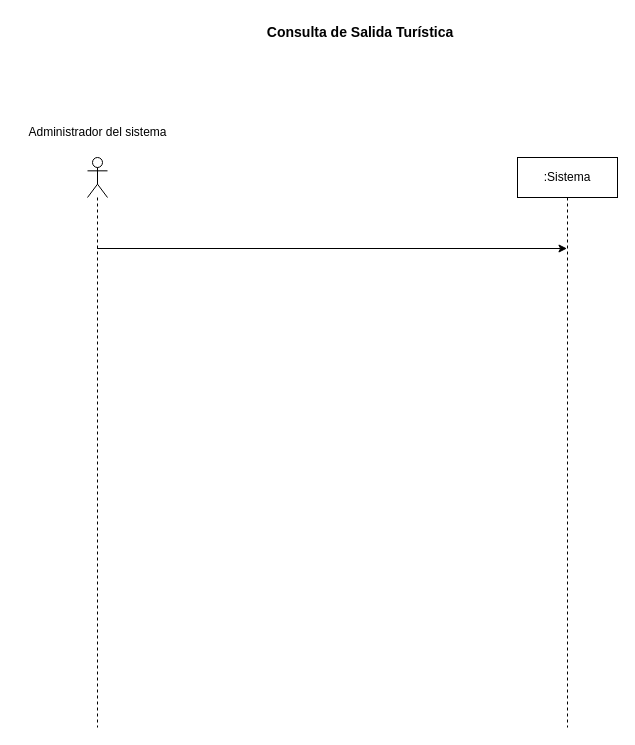
Before: page "CU7_ConsultaSalidaTurística" (4 of 4) of resources/Tarea1.drawio in rofernandezm/Tencnoinf_Pap2025_Tarea1, a draw.io diagram. Source tidied: cells renumbered, new cells numbered last; positions are measured from the earlier drawing's top-left corner, leaving out a move shared by most shapes. Both pictures are drawn from the tidied source at 100%, with x=0, y=0 at pixel (17, 17).
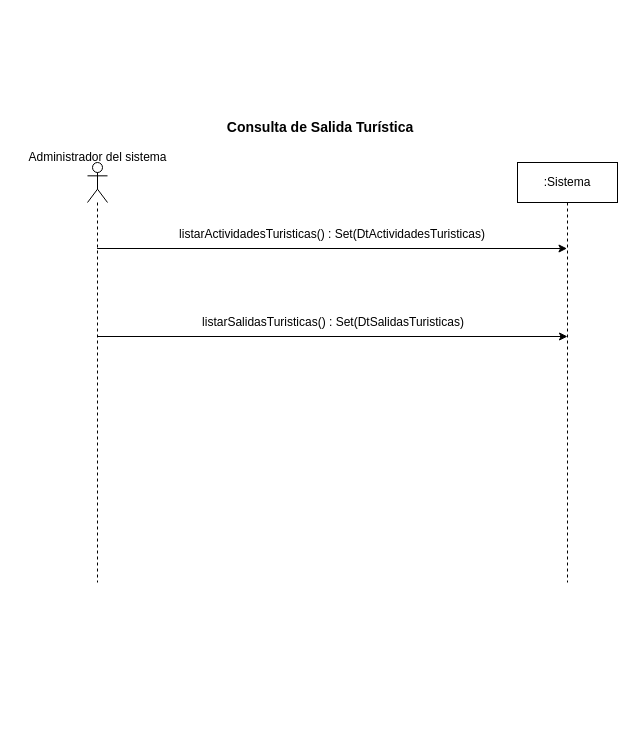
After the change.

Commit message:
CU7_ConsultaSalidaTurística - Actualizacion Tarea1.drawio

What changed in the source:
```diff
@@
 <mxGraphModel>
   <root>
     <mxCell id="0" />
     <mxCell id="1" parent="0" />
-    <mxCell id="2" style="shape=umlLifeline;perimeter=lifelinePerimeter;whiteSpace=wrap;html=1;newEdgeStyle={&quot;curved&quot;:0,&quot;rounded&quot;:0};participant=umlActor;" parent="1" vertex="1">
-      <mxGeometry x="70" y="140" width="20" height="570" as="geometry" />
-    </mxCell>
+    <mxCell id="5" value="Consulta de Salida Turística&amp;nbsp;" style="text;html=1;align=center;verticalAlign=middle;whiteSpace=wrap;rounded=0;fontStyle=1;fontSize=14;" parent="1" vertex="1">
+      <mxGeometry x="190" y="95" width="230" height="30" as="geometry" />
+    </mxCell>
+    <mxCell id="6" style="endArrow=classic;html=1;rounded=0;" parent="1" edge="1">
+      <mxGeometry relative="1" as="geometry">
+        <mxPoint x="79.6" y="231" as="sourcePoint" />
+        <mxPoint x="549.5" y="231" as="targetPoint" />
+      </mxGeometry>
+    </mxCell>
+    <mxCell id="7" style="shape=umlLifeline;perimeter=lifelinePerimeter;whiteSpace=wrap;html=1;newEdgeStyle={&quot;curved&quot;:0,&quot;rounded&quot;:0};participant=umlActor;" parent="1" vertex="1">
+      <mxGeometry x="70" y="145" width="20" height="420" as="geometry" />
+    </mxCell>
     <mxCell id="3" value=":Sistema" style="shape=umlLifeline;perimeter=lifelinePerimeter;whiteSpace=wrap;html=1;newEdgeStyle={&quot;curved&quot;:0,&quot;rounded&quot;:0};" parent="1" vertex="1">
-      <mxGeometry x="500" y="140" width="100" height="570" as="geometry" />
+      <mxGeometry x="500" y="145" width="100" height="420" as="geometry" />
     </mxCell>
     <mxCell id="4" value="Administrador del sistema" style="text;html=1;align=center;verticalAlign=middle;strokeColor=none;fillColor=none;" parent="1" vertex="1">
-      <mxGeometry y="100" width="160" height="30" as="geometry" />
+      <mxGeometry y="125" width="160" height="30" as="geometry" />
     </mxCell>
-    <mxCell id="5" value="Consulta de Salida Turística&amp;nbsp;" style="text;html=1;align=center;verticalAlign=middle;whiteSpace=wrap;rounded=0;fontStyle=1;fontSize=14;" parent="1" vertex="1">
-      <mxGeometry x="230" width="230" height="30" as="geometry" />
-    </mxCell>
-    <mxCell id="6" style="endArrow=classic;html=1;rounded=0;" parent="1" edge="1">
-      <mxGeometry relative="1" as="geometry">
-        <mxPoint x="79.6" y="231" as="sourcePoint" />
-        <mxPoint x="549.5" y="231" as="targetPoint" />
-      </mxGeometry>
-    </mxCell>
+    <mxCell id="8" value="listarActividadesTuristicas() : Set(DtActividadesTuristicas)" style="text;html=1;align=center;verticalAlign=middle;whiteSpace=wrap;rounded=0;" parent="1" vertex="1">
+      <mxGeometry x="145" y="202" width="340" height="30" as="geometry" />
+    </mxCell>
+    <mxCell id="9" style="endArrow=classic;html=1;rounded=0;" parent="1" edge="1">
+      <mxGeometry relative="1" as="geometry">
+        <mxPoint x="80.1" y="319" as="sourcePoint" />
+        <mxPoint x="550" y="319" as="targetPoint" />
+      </mxGeometry>
+    </mxCell>
+    <mxCell id="10" value="listarSalidasTuristicas() : Set(DtSalidasTuristicas)" style="text;html=1;align=center;verticalAlign=middle;whiteSpace=wrap;rounded=0;" parent="1" vertex="1">
+      <mxGeometry x="145.5" y="290" width="340" height="30" as="geometry" />
+    </mxCell>
   </root>
 </mxGraphModel>
```
